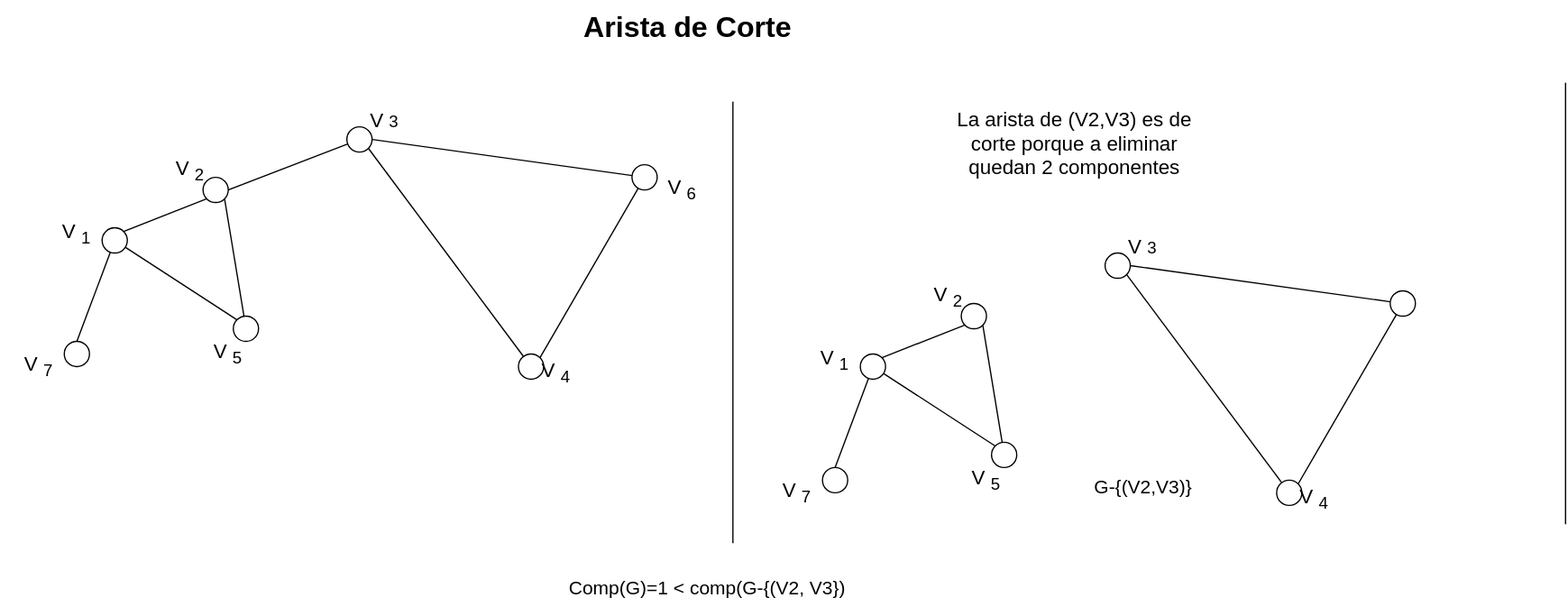
Earlier version of the draw.io export Estructura-de-datos/Grafos/Arista-de-Corte.drawio.svg (Nordcode-cyber/Algoritmos-Estructdatos). Source tidied: cells renumbered, new cells last; positions are measured from the earlier drawing's top-left corner, leaving out a move shared by most shapes.
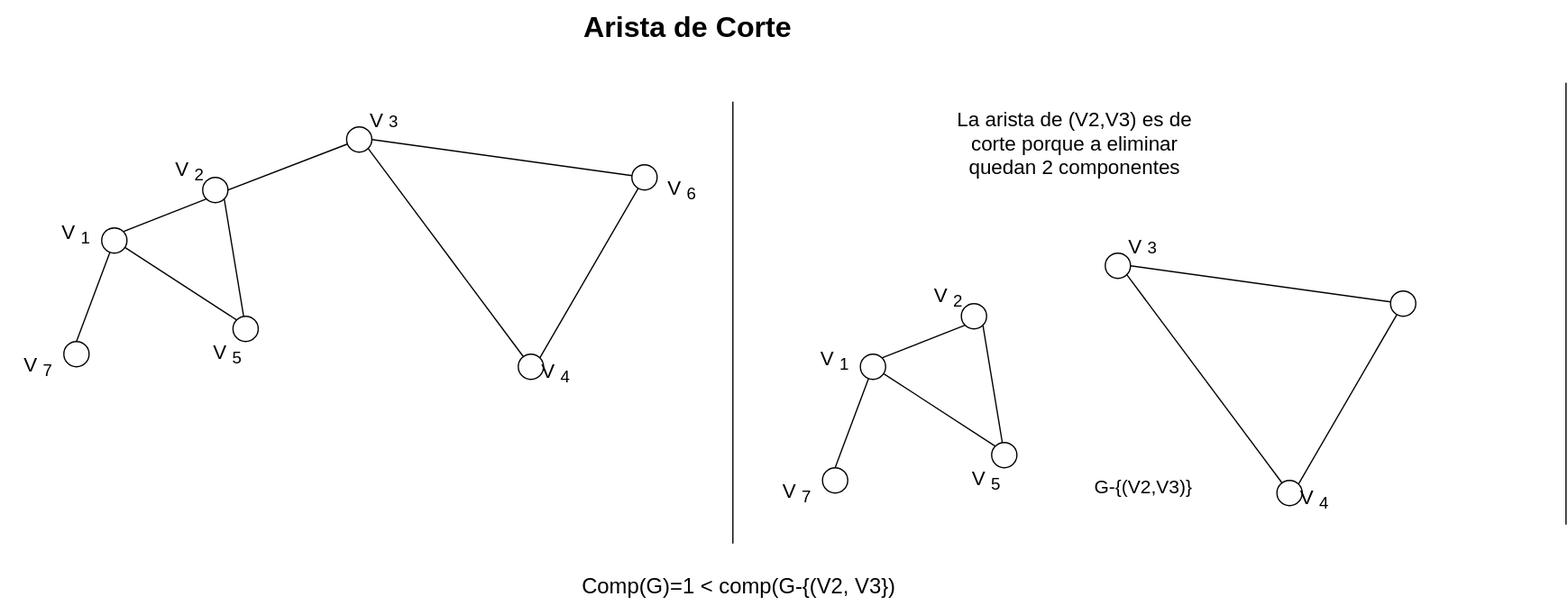
The same file after the commit.

Change to the diagram source:
```diff
@@ -1,4 +1,4 @@
-<mxGraphModel>
+<mxGraphModel background="light-dark(#FFFFFF,#121212)">
   <root>
     <mxCell id="0" />
     <mxCell id="1" parent="0" />
@@ -143,8 +143,8 @@
     <mxCell id="47" value="&lt;font style=&quot;color: light-dark(rgb(0, 0, 0), rgb(255, 51, 51)); font-size: 15px;&quot;&gt;G-{(V2,V3)}&lt;/font&gt;" style="text;html=1;align=center;verticalAlign=middle;whiteSpace=wrap;rounded=0;" parent="1" vertex="1">
       <mxGeometry x="847.5" y="370" width="115" height="30" as="geometry" />
     </mxCell>
-    <mxCell id="48" value="&lt;font style=&quot;font-size: 15px; color: light-dark(rgb(0, 0, 0), rgb(51, 255, 51));&quot;&gt;Comp(G)=1 &amp;lt; comp(G-{(V2, V3})&lt;/font&gt;" style="text;html=1;align=center;verticalAlign=middle;whiteSpace=wrap;rounded=0;" parent="1" vertex="1">
-      <mxGeometry x="440" y="450" width="240" height="30" as="geometry" />
+    <mxCell id="48" value="&lt;font style=&quot;color: light-dark(rgb(0, 0, 0), rgb(51, 255, 51)); font-size: 17px;&quot;&gt;Comp(G)=1 &amp;lt; comp(G-{(V2, V3})&lt;/font&gt;" style="text;html=1;align=center;verticalAlign=middle;whiteSpace=wrap;rounded=0;" parent="1" vertex="1">
+      <mxGeometry x="440" y="450" width="290" height="30" as="geometry" />
     </mxCell>
     <mxCell id="49" style="endArrow=none;html=1;" parent="1" edge="1">
       <mxGeometry relative="1" as="geometry">
```
